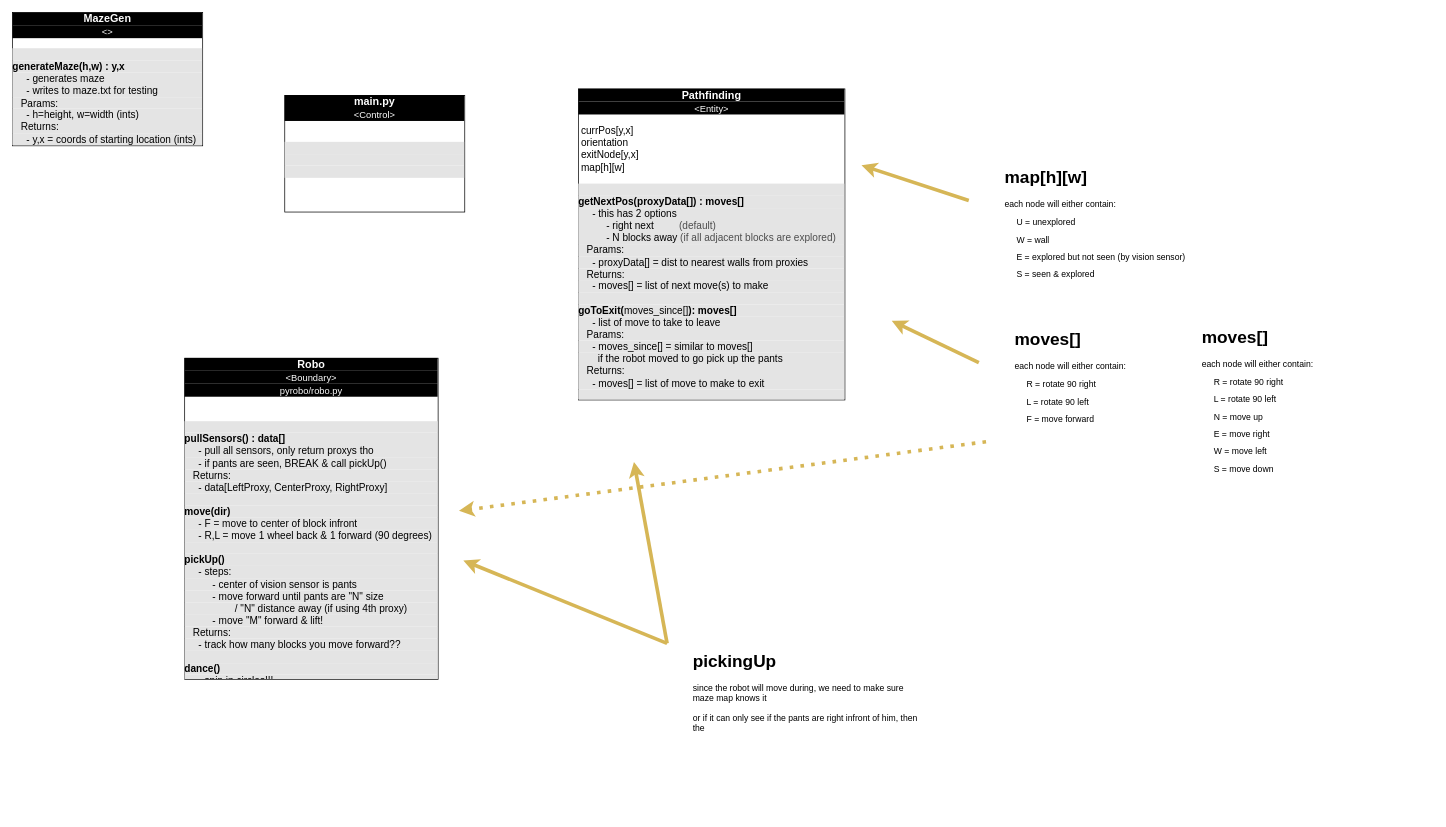
Earlier version of the draw.io diagram page "perfect" (3 of 3) of Documentation/ClassDiagram.drawio (martinklamrowski/project-blue-jeans). Source tidied: cells renumbered, new cells numbered last; positions are measured from the earlier drawing's top-left corner, leaving out a move shared by most shapes. Both pictures are drawn from the tidied source at 72%, with x=0, y=0 at pixel (12, 12).
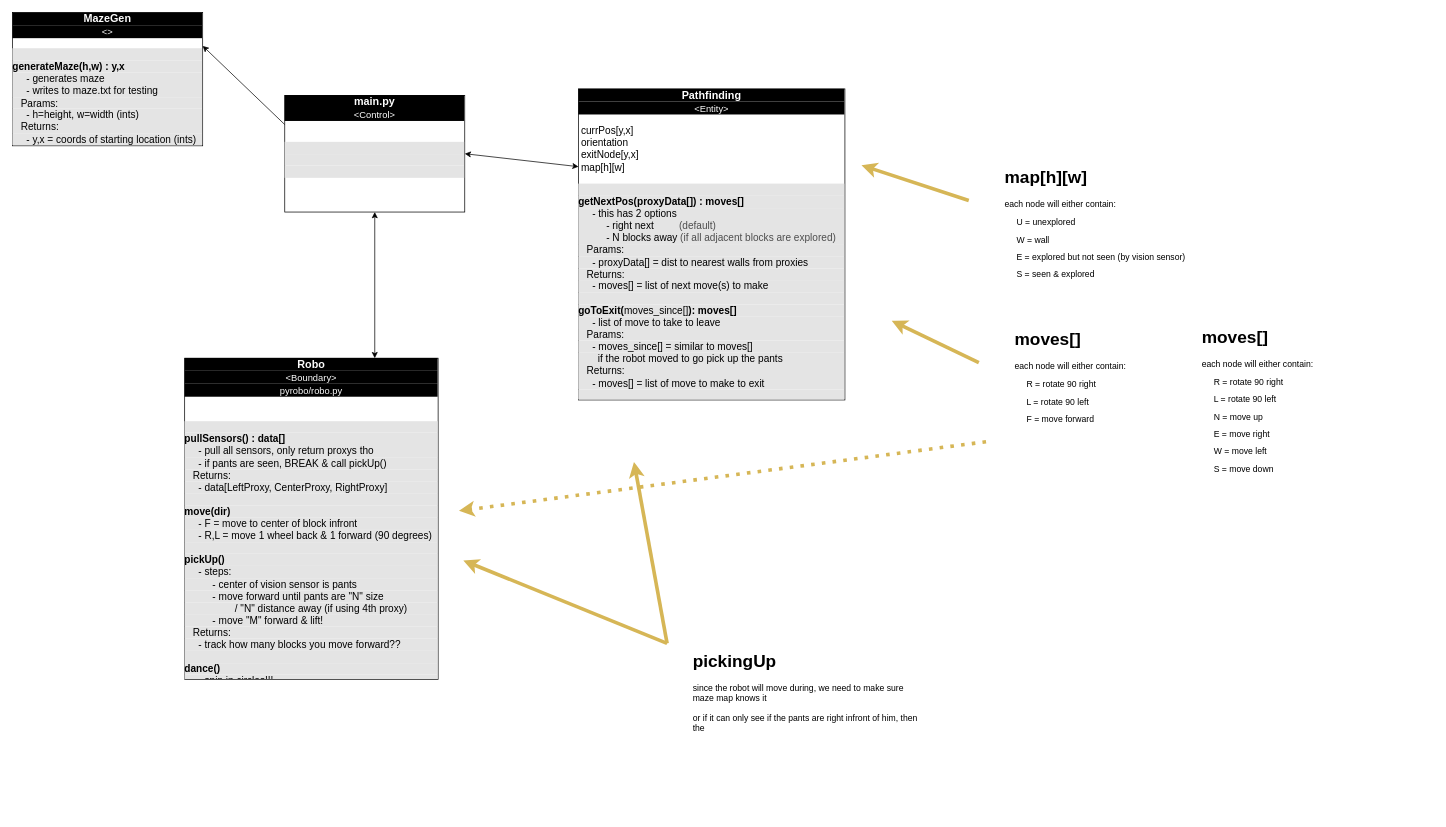
The same diagram, later.

The change refers to these unchanged cells:
```xml
<mxCell id="2" value="&lt;div style=&quot;text-align: center ; box-sizing: border-box ; width: 100% ; background: rgb(0 , 0 , 0) ; font-size: 15px&quot;&gt;&lt;font color=&quot;#fcfcfc&quot;&gt;&lt;b&gt;main.py&lt;/b&gt;&lt;/font&gt;&lt;/div&gt;&lt;div style=&quot;text-align: center ; box-sizing: border-box ; width: 100% ; background: rgb(0 , 0 , 0) ; font-size: 15px&quot;&gt;&lt;font color=&quot;#fcfcfc&quot; style=&quot;font-size: 13px&quot;&gt;&amp;lt;Control&amp;gt;&lt;/font&gt;&lt;/div&gt;&lt;div&gt;&lt;br&gt;&lt;/div&gt;&lt;div&gt;&lt;br&gt;&lt;/div&gt;&lt;div style=&quot;box-sizing: border-box ; width: 100% ; background: rgb(228 , 228 , 228) ; font-size: 14px&quot;&gt;&lt;br&gt;&lt;/div&gt;&lt;div style=&quot;box-sizing: border-box ; width: 100% ; background: rgb(228 , 228 , 228) ; font-size: 14px&quot;&gt;&lt;br&gt;&lt;/div&gt;&lt;div style=&quot;box-sizing: border-box ; width: 100% ; background: rgb(228 , 228 , 228) ; font-size: 14px&quot;&gt;&lt;br&gt;&lt;/div&gt;&lt;div&gt;&lt;/div&gt;&lt;div&gt;&lt;/div&gt;" style="verticalAlign=top;align=left;overflow=fill;html=1;fillColor=none;" parent="1" vertex="1">
  <mxGeometry x="378" y="115" width="250" height="162" as="geometry" />
</mxCell>
<mxCell id="3" value="&lt;div style=&quot;text-align: center ; box-sizing: border-box ; width: 100% ; background: rgb(0 , 0 , 0) ; font-size: 15px&quot;&gt;&lt;font color=&quot;#fcfcfc&quot;&gt;&lt;b&gt;Robo&lt;/b&gt;&lt;/font&gt;&lt;/div&gt;&lt;div style=&quot;text-align: center ; box-sizing: border-box ; width: 100% ; background: rgb(0 , 0 , 0) ; font-size: 15px&quot;&gt;&lt;span style=&quot;font-size: 13px ; color: rgb(252 , 252 , 252)&quot;&gt;&amp;lt;Boundary&amp;gt;&lt;/span&gt;&lt;br&gt;&lt;/div&gt;&lt;div style=&quot;text-align: center ; box-sizing: border-box ; width: 100% ; background: rgb(0 , 0 , 0) ; font-size: 15px&quot;&gt;&lt;span style=&quot;font-size: 13px ; color: rgb(252 , 252 , 252)&quot;&gt;pyrobo/robo.py&lt;/span&gt;&lt;/div&gt;&lt;div style=&quot;font-size: 14px&quot;&gt;&lt;br&gt;&lt;/div&gt;&lt;div style=&quot;font-size: 14px&quot;&gt;&lt;font style=&quot;font-size: 14px&quot;&gt;&lt;br&gt;&lt;/font&gt;&lt;/div&gt;&lt;div style=&quot;box-sizing: border-box ; width: 100% ; background: rgb(228 , 228 , 228) ; font-size: 14px&quot;&gt;&lt;br&gt;&lt;/div&gt;&lt;div style=&quot;box-sizing: border-box ; width: 100% ; background: rgb(228 , 228 , 228)&quot;&gt;&lt;span style=&quot;font-size: 14px&quot;&gt;&lt;b&gt;pullSensors() : data[]&lt;/b&gt;&lt;/span&gt;&lt;br&gt;&lt;/div&gt;&lt;div style=&quot;box-sizing: border-box ; width: 100% ; background: rgb(228 , 228 , 228)&quot;&gt;&lt;span style=&quot;font-size: 14px&quot;&gt;&amp;nbsp; &amp;nbsp; &amp;nbsp;- pull all sensors, only return proxys tho&lt;/span&gt;&lt;/div&gt;&lt;div style=&quot;box-sizing: border-box ; width: 100% ; background: rgb(228 , 228 , 228)&quot;&gt;&lt;span style=&quot;font-size: 14px&quot;&gt;&amp;nbsp; &amp;nbsp; &amp;nbsp;- if pants are seen, BREAK &amp;amp; call pickUp()&lt;/span&gt;&lt;/div&gt;&lt;div style=&quot;box-sizing: border-box ; width: 100% ; background: rgb(228 , 228 , 228)&quot;&gt;&lt;span style=&quot;font-size: 14px&quot;&gt;&amp;nbsp; &amp;nbsp;Returns:&lt;/span&gt;&lt;/div&gt;&lt;div style=&quot;box-sizing: border-box ; width: 100% ; background: rgb(228 , 228 , 228)&quot;&gt;&lt;span style=&quot;font-size: 14px&quot;&gt;&amp;nbsp; &amp;nbsp; &amp;nbsp;- data[LeftProxy, CenterProxy, RightProxy]&lt;/span&gt;&lt;/div&gt;&lt;div style=&quot;box-sizing: border-box ; width: 100% ; background: rgb(228 , 228 , 228) ; font-size: 14px&quot;&gt;&lt;br&gt;&lt;/div&gt;&lt;div style=&quot;box-sizing: border-box ; width: 100% ; background: rgb(228 , 228 , 228) ; font-size: 14px&quot;&gt;&lt;b&gt;move(dir)&lt;/b&gt;&lt;/div&gt;&lt;div style=&quot;box-sizing: border-box ; width: 100% ; background: rgb(228 , 228 , 228) ; font-size: 14px&quot;&gt;&amp;nbsp; &amp;nbsp; &amp;nbsp;- F = move to center of block infront&lt;/div&gt;&lt;div style=&quot;box-sizing: border-box ; width: 100% ; background: rgb(228 , 228 , 228) ; font-size: 14px&quot;&gt;&amp;nbsp; &amp;nbsp; &amp;nbsp;- R,L = move 1 wheel back &amp;amp; 1 forward (90 degrees)&lt;/div&gt;&lt;div style=&quot;box-sizing: border-box ; width: 100% ; background: rgb(228 , 228 , 228) ; font-size: 14px&quot;&gt;&lt;br&gt;&lt;/div&gt;&lt;div style=&quot;box-sizing: border-box ; width: 100% ; background: rgb(228 , 228 , 228) ; font-size: 14px&quot;&gt;&lt;b&gt;pickUp()&lt;/b&gt;&lt;/div&gt;&lt;div style=&quot;box-sizing: border-box ; width: 100% ; background: rgb(228 , 228 , 228) ; font-size: 14px&quot;&gt;&amp;nbsp; &amp;nbsp; &amp;nbsp;- steps:&lt;/div&gt;&lt;div style=&quot;box-sizing: border-box ; width: 100% ; background: rgb(228 , 228 , 228) ; font-size: 14px&quot;&gt;&amp;nbsp; &amp;nbsp; &amp;nbsp; &amp;nbsp; &amp;nbsp; - center of vision sensor is pants&lt;/div&gt;&lt;div style=&quot;box-sizing: border-box ; width: 100% ; background: rgb(228 , 228 , 228) ; font-size: 14px&quot;&gt;&amp;nbsp; &amp;nbsp; &amp;nbsp; &amp;nbsp; &amp;nbsp; - move forward until pants are &quot;N&quot; size&amp;nbsp;&lt;/div&gt;&lt;div style=&quot;box-sizing: border-box ; width: 100% ; background: rgb(228 , 228 , 228) ; font-size: 14px&quot;&gt;&amp;nbsp; &amp;nbsp; &amp;nbsp; &amp;nbsp; &amp;nbsp; &amp;nbsp; &amp;nbsp; &amp;nbsp; &amp;nbsp; / &quot;N&quot; distance away (if using 4th proxy)&lt;/div&gt;&lt;div style=&quot;box-sizing: border-box ; width: 100% ; background: rgb(228 , 228 , 228) ; font-size: 14px&quot;&gt;&amp;nbsp; &amp;nbsp; &amp;nbsp; &amp;nbsp; &amp;nbsp; - move &quot;M&quot; forward &amp;amp; lift!&lt;/div&gt;&lt;div style=&quot;box-sizing: border-box ; width: 100% ; background: rgb(228 , 228 , 228) ; font-size: 14px&quot;&gt;&amp;nbsp; &amp;nbsp;Returns:&lt;/div&gt;&lt;div style=&quot;box-sizing: border-box ; width: 100% ; background: rgb(228 , 228 , 228) ; font-size: 14px&quot;&gt;&amp;nbsp; &amp;nbsp; &amp;nbsp;- track how many blocks you move forward??&lt;br&gt;&lt;/div&gt;&lt;div style=&quot;box-sizing: border-box ; width: 100% ; background: rgb(228 , 228 , 228) ; font-size: 14px&quot;&gt;&lt;br&gt;&lt;/div&gt;&lt;div style=&quot;box-sizing: border-box ; width: 100% ; background: rgb(228 , 228 , 228) ; font-size: 14px&quot;&gt;&lt;b&gt;dance()&lt;/b&gt;&lt;/div&gt;&lt;div style=&quot;box-sizing: border-box ; width: 100% ; background: rgb(228 , 228 , 228) ; font-size: 14px&quot;&gt;&amp;nbsp; &amp;nbsp; &amp;nbsp;- spin in circles!!!&lt;/div&gt;&lt;div style=&quot;box-sizing: border-box ; width: 100% ; background: rgb(228 , 228 , 228) ; font-size: 14px&quot;&gt;&lt;br&gt;&lt;/div&gt;&lt;div&gt;&lt;/div&gt;&lt;div&gt;&lt;/div&gt;" style="verticalAlign=top;align=left;overflow=fill;html=1;fillColor=none;" parent="1" vertex="1">
  <mxGeometry x="239" y="480" width="352" height="446" as="geometry" />
</mxCell>
<mxCell id="4" value="&lt;div style=&quot;text-align: center ; box-sizing: border-box ; width: 100% ; background: rgb(0 , 0 , 0) ; font-size: 15px&quot;&gt;&lt;font color=&quot;#ffffff&quot;&gt;&lt;b&gt;Pathfinding&lt;/b&gt;&lt;/font&gt;&lt;/div&gt;&lt;div style=&quot;text-align: center ; box-sizing: border-box ; width: 100% ; background: rgb(0 , 0 , 0) ; font-size: 15px&quot;&gt;&lt;font color=&quot;#fcfcfc&quot; style=&quot;font-size: 13px&quot;&gt;&amp;lt;Entity&amp;gt;&lt;/font&gt;&lt;/div&gt;&lt;div&gt;&lt;br&gt;&lt;/div&gt;&lt;div&gt;&lt;span style=&quot;font-size: 14px&quot;&gt;&amp;nbsp;currPos[y,x]&lt;/span&gt;&lt;/div&gt;&lt;div&gt;&lt;span style=&quot;font-size: 14px&quot;&gt;&amp;nbsp;orientation&lt;/span&gt;&lt;/div&gt;&lt;div&gt;&lt;span style=&quot;font-size: 14px&quot;&gt;&amp;nbsp;exitNode[y,x]&lt;/span&gt;&lt;/div&gt;&lt;div style=&quot;font-size: 14px&quot;&gt;&amp;nbsp;map[h][w]&lt;/div&gt;&lt;div&gt;&lt;br&gt;&lt;/div&gt;&lt;div style=&quot;box-sizing: border-box ; width: 100% ; background: rgb(228 , 228 , 228) ; font-size: 14px&quot;&gt;&lt;b&gt;&lt;br&gt;&lt;/b&gt;&lt;/div&gt;&lt;div style=&quot;box-sizing: border-box ; width: 100% ; background: rgb(228 , 228 , 228) ; font-size: 14px&quot;&gt;&lt;b&gt;getNextPos(proxyData[]) : moves[]&lt;/b&gt;&lt;/div&gt;&lt;div style=&quot;box-sizing: border-box ; width: 100% ; background: rgb(228 , 228 , 228) ; font-size: 14px&quot;&gt;&lt;div style=&quot;box-sizing: border-box ; width: 100%&quot;&gt;&amp;nbsp; &amp;nbsp; &amp;nbsp;- this has 2 options&lt;/div&gt;&lt;div style=&quot;box-sizing: border-box ; width: 100%&quot;&gt;&amp;nbsp; &amp;nbsp; &amp;nbsp; &amp;nbsp; &amp;nbsp; - right next&amp;nbsp; &amp;nbsp; &amp;nbsp; &amp;nbsp; &amp;nbsp;&lt;font color=&quot;#4d4d4d&quot;&gt;(default)&lt;/font&gt;&lt;/div&gt;&lt;div style=&quot;box-sizing: border-box ; width: 100%&quot;&gt;&amp;nbsp; &amp;nbsp; &amp;nbsp; &amp;nbsp; &amp;nbsp; - N blocks away &lt;font color=&quot;#4d4d4d&quot;&gt;(if all adjacent blocks are explored)&lt;/font&gt;&lt;/div&gt;&lt;/div&gt;&lt;div style=&quot;box-sizing: border-box ; width: 100% ; background: rgb(228 , 228 , 228) ; font-size: 14px&quot;&gt;&amp;nbsp; &amp;nbsp;Params:&lt;/div&gt;&lt;div style=&quot;box-sizing: border-box ; width: 100% ; background: rgb(228 , 228 , 228) ; font-size: 14px&quot;&gt;&amp;nbsp; &amp;nbsp; &amp;nbsp;- proxyData[] = dist to nearest walls from proxies&lt;/div&gt;&lt;div style=&quot;box-sizing: border-box ; width: 100% ; background: rgb(228 , 228 , 228) ; font-size: 14px&quot;&gt;&amp;nbsp; &amp;nbsp;Returns:&lt;/div&gt;&lt;div style=&quot;box-sizing: border-box ; width: 100% ; background: rgb(228 , 228 , 228) ; font-size: 14px&quot;&gt;&amp;nbsp; &amp;nbsp; &amp;nbsp;- moves[] = list of next move(s) to make&lt;/div&gt;&lt;div style=&quot;box-sizing: border-box ; width: 100% ; background: rgb(228 , 228 , 228) ; font-size: 14px&quot;&gt;&lt;b&gt;&lt;br&gt;&lt;/b&gt;&lt;/div&gt;&lt;div style=&quot;box-sizing: border-box ; width: 100% ; background: rgb(228 , 228 , 228) ; font-size: 14px&quot;&gt;&lt;b&gt;goToExit(&lt;/b&gt;moves_since[]&lt;b&gt;): moves[]&lt;/b&gt;&lt;/div&gt;&lt;div style=&quot;box-sizing: border-box ; width: 100% ; background: rgb(228 , 228 , 228) ; font-size: 14px&quot;&gt;&lt;b&gt;&amp;nbsp; &amp;nbsp; &amp;nbsp;&lt;/b&gt;- list of move to take to leave&lt;/div&gt;&lt;div style=&quot;box-sizing: border-box ; width: 100% ; background: rgb(228 , 228 , 228) ; font-size: 14px&quot;&gt;&amp;nbsp; &amp;nbsp;Params:&lt;/div&gt;&lt;div style=&quot;box-sizing: border-box ; width: 100% ; background: rgb(228 , 228 , 228) ; font-size: 14px&quot;&gt;&amp;nbsp; &amp;nbsp; &amp;nbsp;- moves_since[] = similar to moves[]&lt;/div&gt;&lt;div style=&quot;box-sizing: border-box ; width: 100% ; background: rgb(228 , 228 , 228) ; font-size: 14px&quot;&gt;&amp;nbsp; &amp;nbsp; &amp;nbsp; &amp;nbsp;if the robot moved to go pick up the pants&lt;/div&gt;&lt;div style=&quot;box-sizing: border-box ; width: 100% ; background: rgb(228 , 228 , 228) ; font-size: 14px&quot;&gt;&lt;div style=&quot;box-sizing: border-box ; width: 282px&quot;&gt;&amp;nbsp; &amp;nbsp;Returns:&lt;/div&gt;&lt;div style=&quot;box-sizing: border-box ; width: 282px&quot;&gt;&amp;nbsp; &amp;nbsp; &amp;nbsp;- moves[] = list of move to make to exit&lt;/div&gt;&lt;/div&gt;&lt;div style=&quot;box-sizing: border-box ; width: 100% ; background: rgb(228 , 228 , 228) ; font-size: 14px&quot;&gt;&lt;br&gt;&lt;/div&gt;&lt;div style=&quot;box-sizing: border-box ; width: 100% ; background: rgb(228 , 228 , 228) ; font-size: 14px&quot;&gt;&lt;b&gt;Dijarararara Algorythm&lt;/b&gt;&lt;/div&gt;&lt;br&gt;&lt;div&gt;&lt;/div&gt;&lt;div&gt;&lt;/div&gt;" style="verticalAlign=top;align=left;overflow=fill;html=1;fillColor=none;fontSize=12;" parent="1" vertex="1">
  <mxGeometry x="786" y="106" width="370" height="432" as="geometry" />
</mxCell>
<mxCell id="5" value="&lt;div style=&quot;text-align: center ; box-sizing: border-box ; width: 100% ; background: rgb(0 , 0 , 0) ; font-size: 15px&quot;&gt;&lt;font color=&quot;#fcfcfc&quot;&gt;&lt;b&gt;MazeGen&lt;/b&gt;&lt;/font&gt;&lt;/div&gt;&lt;div style=&quot;text-align: center ; box-sizing: border-box ; width: 100% ; background: rgb(0 , 0 , 0) ; font-size: 15px&quot;&gt;&lt;font color=&quot;#fcfcfc&quot; style=&quot;font-size: 13px&quot;&gt;&amp;lt;&amp;gt;&lt;/font&gt;&lt;/div&gt;&lt;div&gt;&lt;br&gt;&lt;/div&gt;&lt;div style=&quot;box-sizing: border-box ; width: 100% ; background: rgb(228 , 228 , 228) ; font-size: 14px&quot;&gt;&lt;b&gt;&lt;br&gt;&lt;/b&gt;&lt;/div&gt;&lt;div style=&quot;box-sizing: border-box ; width: 100% ; background: rgb(228 , 228 , 228) ; font-size: 14px&quot;&gt;&lt;b&gt;generateMaze(h,w) : y,x&lt;/b&gt;&lt;/div&gt;&lt;div style=&quot;box-sizing: border-box ; width: 100% ; background: rgb(228 , 228 , 228) ; font-size: 14px&quot;&gt;&amp;nbsp; &amp;nbsp; &amp;nbsp;- generates maze&lt;/div&gt;&lt;div style=&quot;box-sizing: border-box ; width: 100% ; background: rgb(228 , 228 , 228) ; font-size: 14px&quot;&gt;&amp;nbsp; &amp;nbsp; &amp;nbsp;- writes to maze.txt for testing&lt;/div&gt;&lt;div style=&quot;box-sizing: border-box ; width: 100% ; background: rgb(228 , 228 , 228) ; font-size: 14px&quot;&gt;&amp;nbsp; &amp;nbsp;Params:&lt;/div&gt;&lt;div style=&quot;box-sizing: border-box ; width: 100% ; background: rgb(228 , 228 , 228) ; font-size: 14px&quot;&gt;&amp;nbsp; &amp;nbsp; &amp;nbsp;- h=height, w=width (ints)&lt;/div&gt;&lt;div style=&quot;box-sizing: border-box ; width: 100% ; background: rgb(228 , 228 , 228) ; font-size: 14px&quot;&gt;&amp;nbsp; &amp;nbsp;Returns:&lt;/div&gt;&lt;div style=&quot;box-sizing: border-box ; width: 100% ; background: rgb(228 , 228 , 228) ; font-size: 14px&quot;&gt;&amp;nbsp; &amp;nbsp; &amp;nbsp;- y,x = coords of starting location (ints)&lt;/div&gt;&lt;div style=&quot;box-sizing: border-box ; width: 100% ; background: rgb(228 , 228 , 228) ; font-size: 14px&quot;&gt;&lt;br&gt;&lt;/div&gt;&lt;div&gt;&lt;/div&gt;&lt;div&gt;&lt;/div&gt;" style="verticalAlign=top;align=left;overflow=fill;html=1;fillColor=none;fontSize=12;" parent="1" vertex="1">
  <mxGeometry width="264" height="185" as="geometry" />
</mxCell>
```

The edit, as a diff of the source:
```diff
@@
+    <mxCell id="15" style="rounded=0;jettySize=auto;html=1;exitX=0;exitY=0.25;exitDx=0;exitDy=0;entryX=1;entryY=0.25;entryDx=0;entryDy=0;" parent="1" edge="1" source="2" target="5">
+      <mxGeometry relative="1" as="geometry" />
+    </mxCell>
+    <mxCell id="16" style="edgeStyle=none;rounded=0;jettySize=auto;html=1;exitX=0.5;exitY=1;exitDx=0;exitDy=0;entryX=0.75;entryY=0;entryDx=0;entryDy=0;startArrow=classic;startFill=1;" parent="1" edge="1" source="2" target="3">
+      <mxGeometry relative="1" as="geometry" />
+    </mxCell>
+    <mxCell id="17" style="edgeStyle=none;rounded=0;jettySize=auto;html=1;exitX=1;exitY=0.5;exitDx=0;exitDy=0;entryX=0;entryY=0.25;entryDx=0;entryDy=0;startArrow=classic;startFill=1;" parent="1" edge="1" source="2" target="4">
+      <mxGeometry relative="1" as="geometry" />
+    </mxCell>
```
